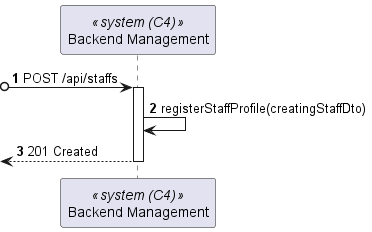
Earlier version of the PlantUML export docs/StaffProfileCreate/views/level2/process-view.png (Lapr5G21/sem5pi-24-25-3ddg21).
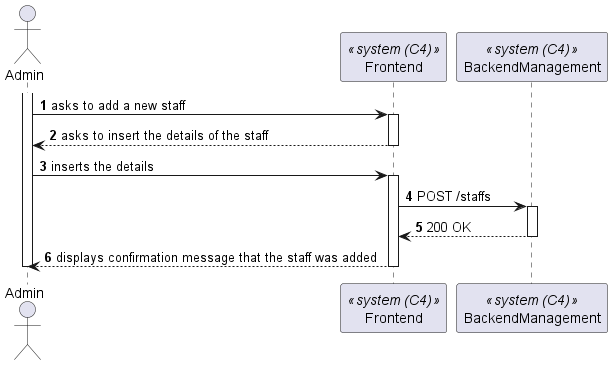
Above is the later version.

Diff of the diagram source:
```diff
@@ -1,14 +1,25 @@
-@startuml
+@startuml process-view
+autonumber
 
-autonumber
-participant SYS as "Backend Management" <<system (C4)>>
+actor "Admin" as Admin
+participant Frontend as "Frontend" <<system (C4)>>
+participant Backend as "BackendManagement" <<system (C4)>>
 
-?o-> SYS : POST /api/staffs
-activate SYS
+activate Admin
+    Admin -> Frontend : asks to add a new staff
+    activate Frontend
+        Frontend --> Admin : asks to insert the details of the staff
 
-SYS -> SYS : registerStaffProfile(creatingStaffDto)
-<-- SYS : 201 Created
-deactivate SYS
+    deactivate Frontend
+    Admin -> Frontend : inserts the details
+    activate Frontend
 
+        Frontend-> Backend : POST /staffs
+        activate Backend
+            Frontend <-- Backend : 200 OK
+        deactivate Backend
+    Frontend --> Admin : displays confirmation message that the staff was added
 
+    deactivate Frontend
+    deactivate Admin
 @enduml
```
